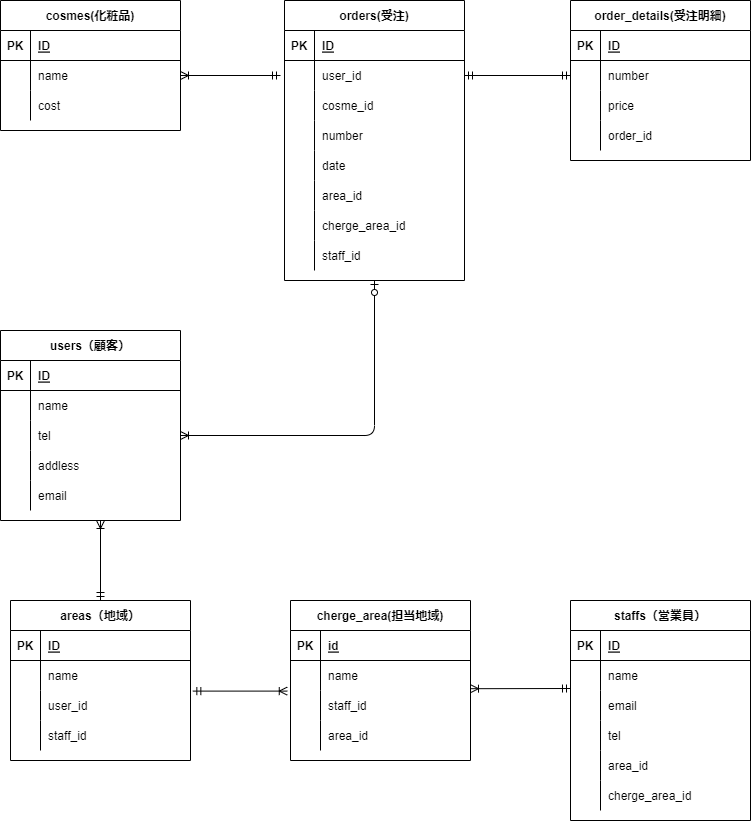
Before: test2.drawio.png, a diagram exported from draw.io (tatsumaki0301/20220723yasumoto). Source tidied: cells renumbered, new cells last; positions are measured from the earlier drawing's top-left corner, leaving out a move shared by most shapes.
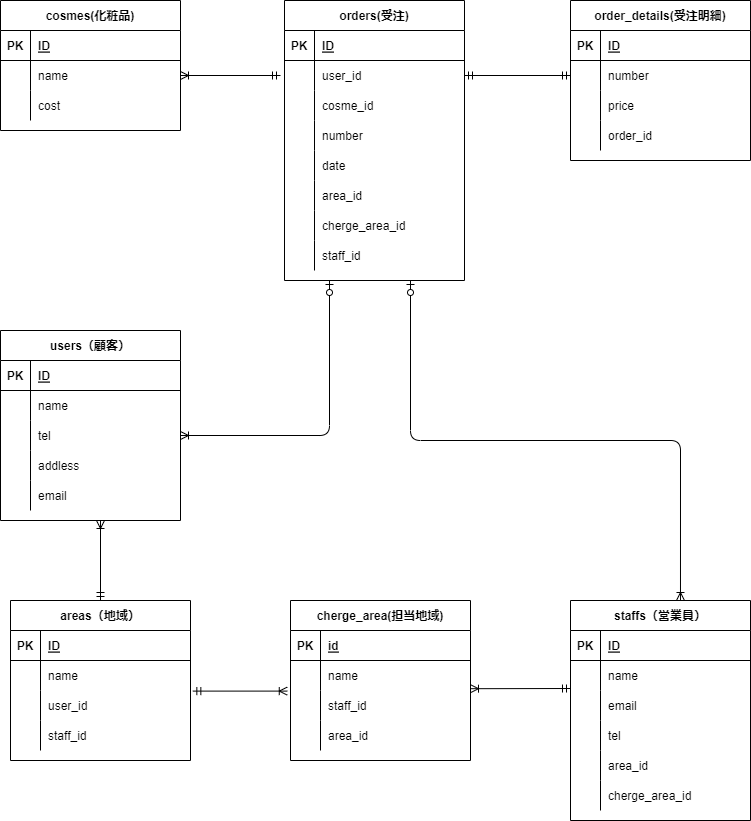
Later version of the same file.

Diff of the diagram source:
```diff
@@ -350,8 +350,21 @@
         <mxPoint x="570" y="688" as="sourcePoint" />
       </mxGeometry>
     </mxCell>
-    <mxCell id="116" style="fontSize=12;html=1;endArrow=ERoneToMany;startArrow=ERzeroToOne;exitX=0.5;exitY=1;exitDx=0;exitDy=0;edgeStyle=orthogonalEdgeStyle;entryX=1;entryY=0.5;entryDx=0;entryDy=0;" parent="1" edge="1" source="25" target="57">
-      <mxGeometry relative="1" as="geometry" />
+    <mxCell id="116" style="fontSize=12;html=1;endArrow=ERoneToMany;startArrow=ERzeroToOne;exitX=0.25;exitY=1;exitDx=0;exitDy=0;edgeStyle=orthogonalEdgeStyle;entryX=1;entryY=0.5;entryDx=0;entryDy=0;" parent="1" edge="1" source="25" target="57">
+      <mxGeometry relative="1" as="geometry">
+        <Array as="points">
+          <mxPoint x="329" y="435" />
+        </Array>
+      </mxGeometry>
     </mxCell>
+    <mxCell id="117" style="edgeStyle=orthogonalEdgeStyle;fontSize=12;html=1;endArrow=ERoneToMany;startArrow=ERzeroToOne;entryX=0.611;entryY=0;entryDx=0;entryDy=0;entryPerimeter=0;" parent="1" edge="1" target="66">
+      <mxGeometry relative="1" as="geometry">
+        <mxPoint x="410" y="280" as="sourcePoint" />
+        <Array as="points">
+          <mxPoint x="410" y="440" />
+          <mxPoint x="680" y="440" />
+        </Array>
+      </mxGeometry>
+    </mxCell>
   </root>
 </mxGraphModel>
```
